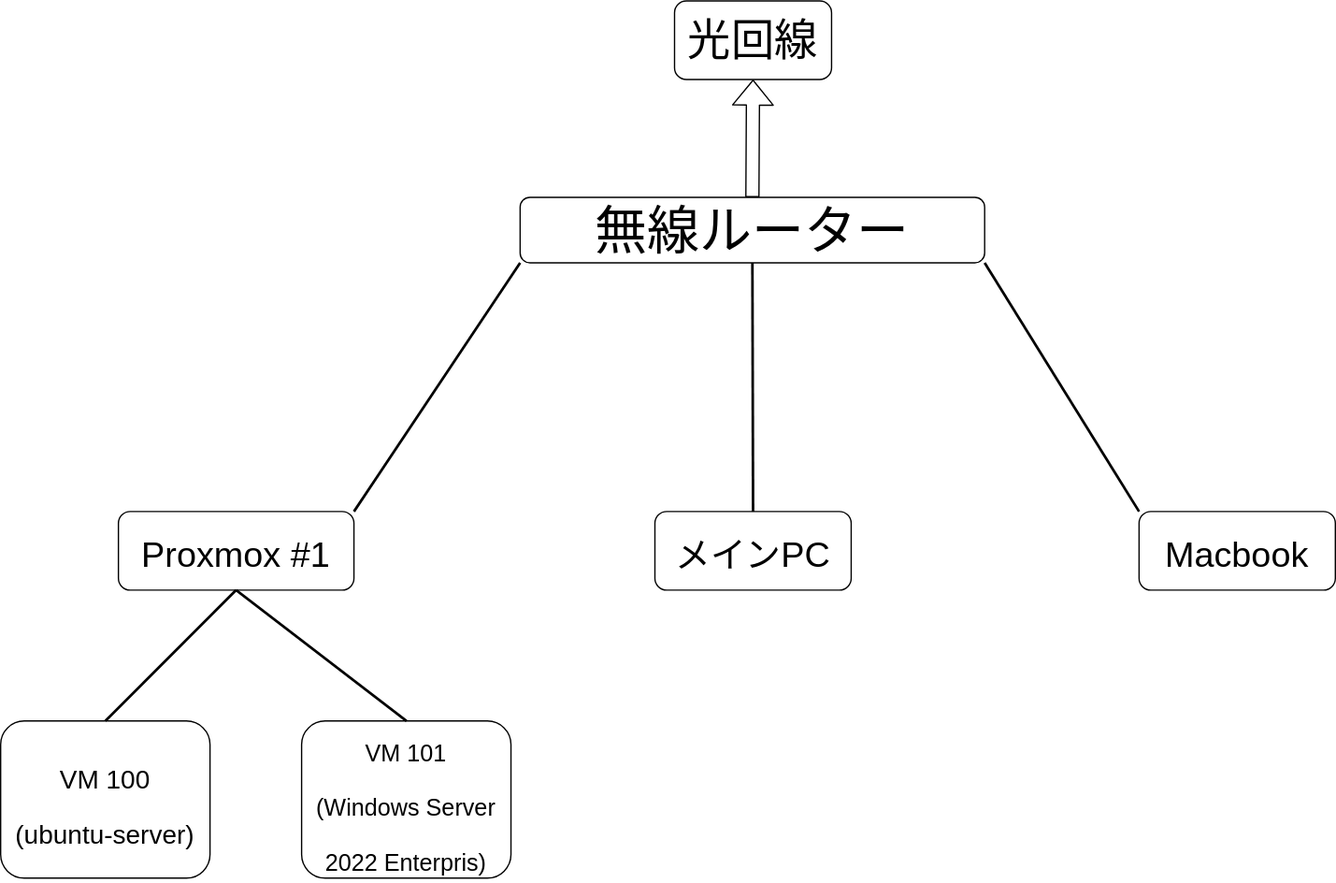
This is ryosuke-infrastructure.drawio.svg from ryosuke0121/ryosuke-infrastructure, a draw.io export, as it was before one commit. Source tidied: cells renumbered, new cells last; positions are measured from the earlier drawing's top-left corner, leaving out a move shared by most shapes.
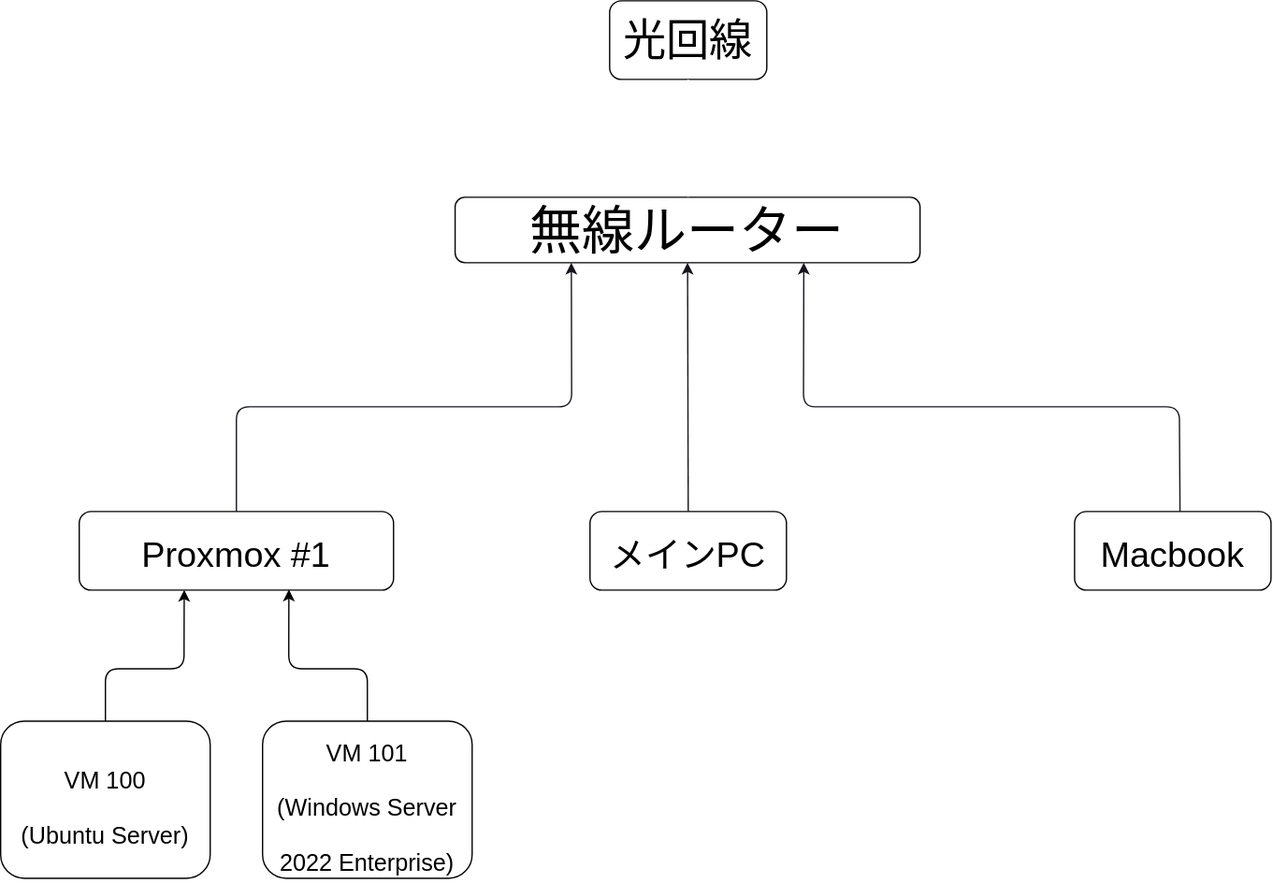
After the change.

Commit message:
くっそ雑な図を改善してみた

What changed in the source:
```diff
@@ -9,7 +9,7 @@
       <mxGeometry x="500" y="390" width="150" height="60" as="geometry" />
     </mxCell>
     <mxCell id="4" value="&lt;font style=&quot;font-size: 27px;&quot;&gt;Proxmox #1&lt;/font&gt;" style="whiteSpace=wrap;html=1;rounded=1;strokeColor=#000000;fontSize=35;fontColor=#000000;fillColor=none;" parent="1" vertex="1">
-      <mxGeometry x="90" y="390" width="180" height="60" as="geometry" />
+      <mxGeometry x="110" y="390" width="240" height="60" as="geometry" />
     </mxCell>
     <mxCell id="5" value="&lt;span style=&quot;font-size: 27px;&quot;&gt;Macbook&lt;/span&gt;" style="whiteSpace=wrap;html=1;rounded=1;strokeColor=#000000;fontSize=35;fontColor=#000000;fillColor=none;" parent="1" vertex="1">
       <mxGeometry x="870" y="390" width="150" height="60" as="geometry" />
@@ -17,33 +17,56 @@
     <mxCell id="6" value="光回線" style="rounded=1;whiteSpace=wrap;html=1;strokeColor=#000000;fontSize=33;fontColor=#000000;fillColor=none;" parent="1" vertex="1">
       <mxGeometry x="515" width="120" height="60" as="geometry" />
     </mxCell>
-    <mxCell id="7" style="shape=flexArrow;endArrow=classic;html=1;strokeColor=default;fontSize=33;fontColor=#000000;fillColor=default;entryX=0.5;entryY=1;entryDx=0;entryDy=0;exitX=0.5;exitY=0;exitDx=0;exitDy=0;" parent="1" edge="1" source="2" target="6">
-      <mxGeometry relative="1" as="geometry" />
-    </mxCell>
-    <mxCell id="8" value="&lt;span style=&quot;font-size: 20px;&quot;&gt;VM 100&lt;br&gt;(ubuntu-server)&lt;br&gt;&lt;/span&gt;" style="whiteSpace=wrap;html=1;rounded=1;strokeColor=#000000;fontSize=35;fontColor=#000000;fillColor=none;" parent="1" vertex="1">
-      <mxGeometry y="550" width="160" height="120" as="geometry" />
-    </mxCell>
-    <mxCell id="9" value="&lt;span style=&quot;font-size: 18px;&quot;&gt;VM 101&lt;br&gt;(Windows Server 2022 Enterpris)&lt;br&gt;&lt;/span&gt;" style="whiteSpace=wrap;html=1;rounded=1;strokeColor=#000000;fontSize=35;fontColor=#000000;fillColor=none;" parent="1" vertex="1">
-      <mxGeometry x="230" y="550" width="160" height="120" as="geometry" />
+    <mxCell id="9" value="&lt;span style=&quot;font-size: 18px;&quot;&gt;VM 101&lt;br&gt;(Windows Server 2022 Enterprise)&lt;br&gt;&lt;/span&gt;" style="whiteSpace=wrap;html=1;rounded=1;strokeColor=#000000;fontSize=35;fontColor=#000000;fillColor=none;" parent="1" vertex="1">
+      <mxGeometry x="250" y="550" width="160" height="120" as="geometry" />
     </mxCell>
+    <mxCell id="15" value="&lt;span style=&quot;font-size: 18px;&quot;&gt;VM 100&lt;br&gt;(Ubuntu Server)&lt;br&gt;&lt;/span&gt;" style="whiteSpace=wrap;html=1;rounded=1;strokeColor=#000000;fontSize=35;fontColor=#000000;fillColor=none;" parent="1" vertex="1">
+      <mxGeometry x="50" y="550" width="160" height="120" as="geometry" />
+    </mxCell>
+    <mxCell id="16" style="endArrow=classic;html=1;rounded=1;strokeColor=#000000;exitX=0.5;exitY=0;exitDx=0;exitDy=0;entryX=0.334;entryY=0.997;entryDx=0;entryDy=0;entryPerimeter=0;" parent="1" edge="1" source="15" target="4">
+      <mxGeometry relative="1" as="geometry">
+        <Array as="points">
+          <mxPoint x="130" y="510" />
+          <mxPoint x="190" y="510" />
+        </Array>
+      </mxGeometry>
+    </mxCell>
+    <mxCell id="17" style="endArrow=classic;html=1;rounded=1;strokeColor=#000000;exitX=0.5;exitY=0;exitDx=0;exitDy=0;entryX=0.667;entryY=0.992;entryDx=0;entryDy=0;entryPerimeter=0;" parent="1" edge="1" source="9" target="4">
+      <mxGeometry relative="1" as="geometry">
+        <Array as="points">
+          <mxPoint x="330" y="510" />
+          <mxPoint x="310" y="510" />
+          <mxPoint x="270" y="510" />
+          <mxPoint x="270" y="490" />
+        </Array>
+      </mxGeometry>
+    </mxCell>
+    <mxCell id="12" style="endArrow=classic;html=1;rounded=1;strokeColor=#18141d;exitX=0.5;exitY=0;exitDx=0;exitDy=0;entryX=0.25;entryY=1;entryDx=0;entryDy=0;" parent="1" edge="1" source="4" target="2">
+      <mxGeometry relative="1" as="geometry">
+        <Array as="points">
+          <mxPoint x="230" y="310" />
+          <mxPoint x="486" y="310" />
+        </Array>
+      </mxGeometry>
+    </mxCell>
-    <mxCell id="10" style="endArrow=none;html=1;strokeColor=#000000;fontSize=40;fontColor=#000000;fillColor=default;curved=1;entryX=0.5;entryY=1;entryDx=0;entryDy=0;exitX=0.5;exitY=0;exitDx=0;exitDy=0;strokeWidth=2;" parent="1" edge="1" source="3" target="2">
+    <mxCell id="10" style="endArrow=classic;html=1;rounded=1;strokeColor=#18141d;exitX=0.5;exitY=0;exitDx=0;exitDy=0;entryX=0.5;entryY=1;entryDx=0;entryDy=0;" parent="1" edge="1" source="3" target="2">
       <mxGeometry relative="1" as="geometry" />
     </mxCell>
-    <mxCell id="11" style="endArrow=none;html=1;strokeColor=#000000;fontSize=40;fontColor=#000000;fillColor=default;curved=1;entryX=1;entryY=1;entryDx=0;entryDy=0;exitX=0;exitY=0;exitDx=0;exitDy=0;strokeWidth=2;" parent="1" edge="1" source="5" target="2">
-      <mxGeometry relative="1" as="geometry" />
-    </mxCell>
-    <mxCell id="12" style="endArrow=none;html=1;strokeColor=#000000;fontSize=40;fontColor=#000000;fillColor=default;curved=1;entryX=0;entryY=1;entryDx=0;entryDy=0;exitX=1;exitY=0;exitDx=0;exitDy=0;strokeWidth=2;" parent="1" edge="1" source="4" target="2">
-      <mxGeometry relative="1" as="geometry" />
-    </mxCell>
-    <mxCell id="13" style="endArrow=none;html=1;strokeColor=#000000;fontSize=40;fontColor=#000000;fillColor=default;entryX=0.5;entryY=1;entryDx=0;entryDy=0;exitX=0.5;exitY=0;exitDx=0;exitDy=0;strokeWidth=2;curved=1;" parent="1" edge="1" source="8">
-      <mxGeometry relative="1" as="geometry">
-        <mxPoint x="180" y="450" as="targetPoint" />
-      </mxGeometry>
-    </mxCell>
-    <mxCell id="14" style="endArrow=none;html=1;strokeColor=#000000;fontSize=40;fontColor=#000000;fillColor=default;curved=1;entryX=0.5;entryY=1;entryDx=0;entryDy=0;exitX=0.5;exitY=0;exitDx=0;exitDy=0;strokeWidth=2;" parent="1" edge="1" target="4">
-      <mxGeometry relative="1" as="geometry">
-        <mxPoint x="310.2" y="550" as="sourcePoint" />
-      </mxGeometry>
-    </mxCell>
+    <mxCell id="18" style="endArrow=classic;html=1;rounded=1;strokeColor=#18141d;exitX=0.5;exitY=0;exitDx=0;exitDy=0;entryX=0.75;entryY=1;entryDx=0;entryDy=0;" parent="1" edge="1" target="2">
+      <mxGeometry relative="1" as="geometry">
+        <mxPoint x="950.5" y="390" as="sourcePoint" />
+        <Array as="points">
+          <mxPoint x="950" y="310" />
+          <mxPoint x="710" y="310" />
+          <mxPoint x="690" y="310" />
+          <mxPoint x="663" y="310" />
+        </Array>
+      </mxGeometry>
+    </mxCell>
+    <mxCell id="19" style="shape=flexArrow;endArrow=classic;startArrow=classic;html=1;rounded=1;strokeColor=none;strokeWidth=0;fillColor=default;entryX=0.5;entryY=1;entryDx=0;entryDy=0;gradientColor=none;" parent="1" edge="1" target="6">
+      <mxGeometry relative="1" as="geometry">
+        <mxPoint x="575" y="150" as="sourcePoint" />
+      </mxGeometry>
+    </mxCell>
   </root>
 </mxGraphModel>
```
